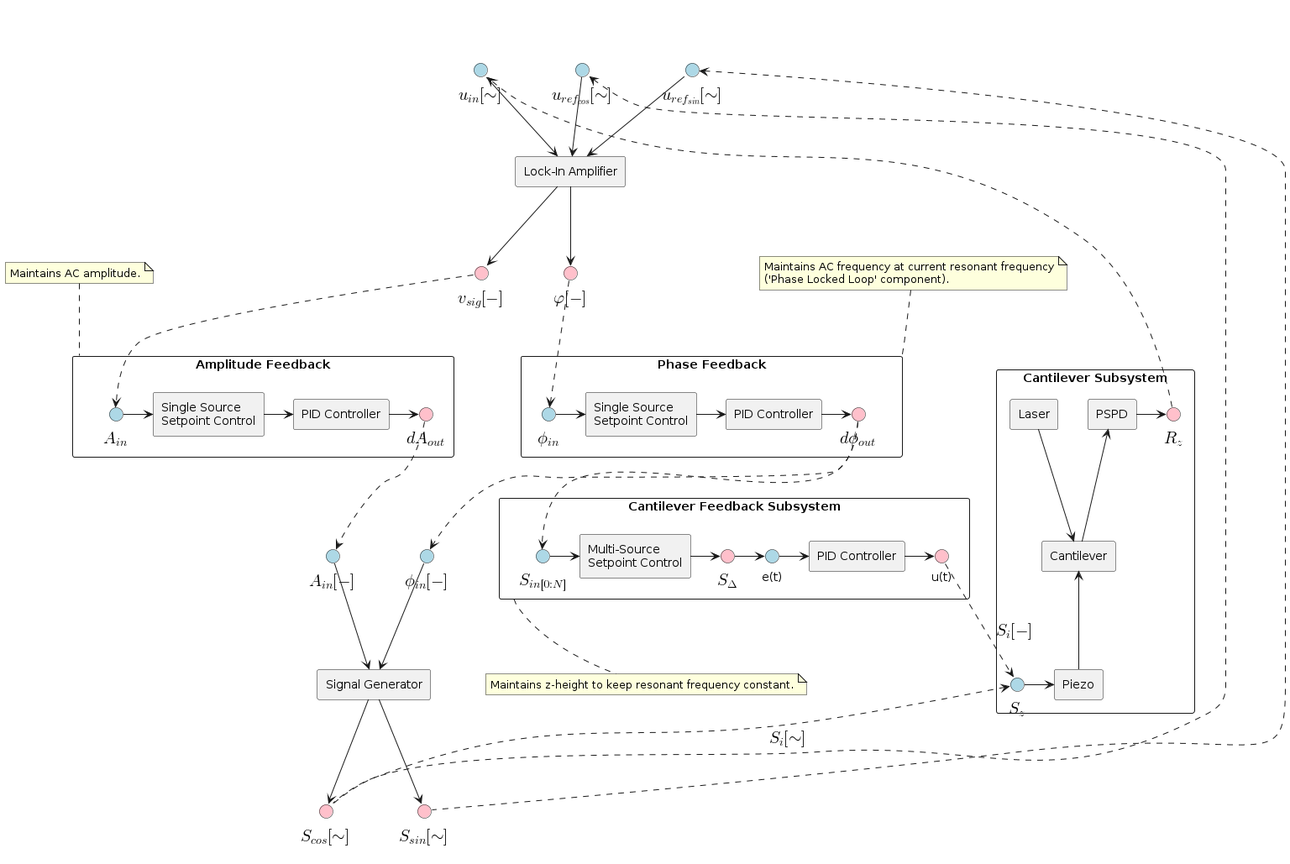
This is afm_spm_components/images/fm-afm.png from nsulmol/documentation, a PlantUML export, as it was before one commit.
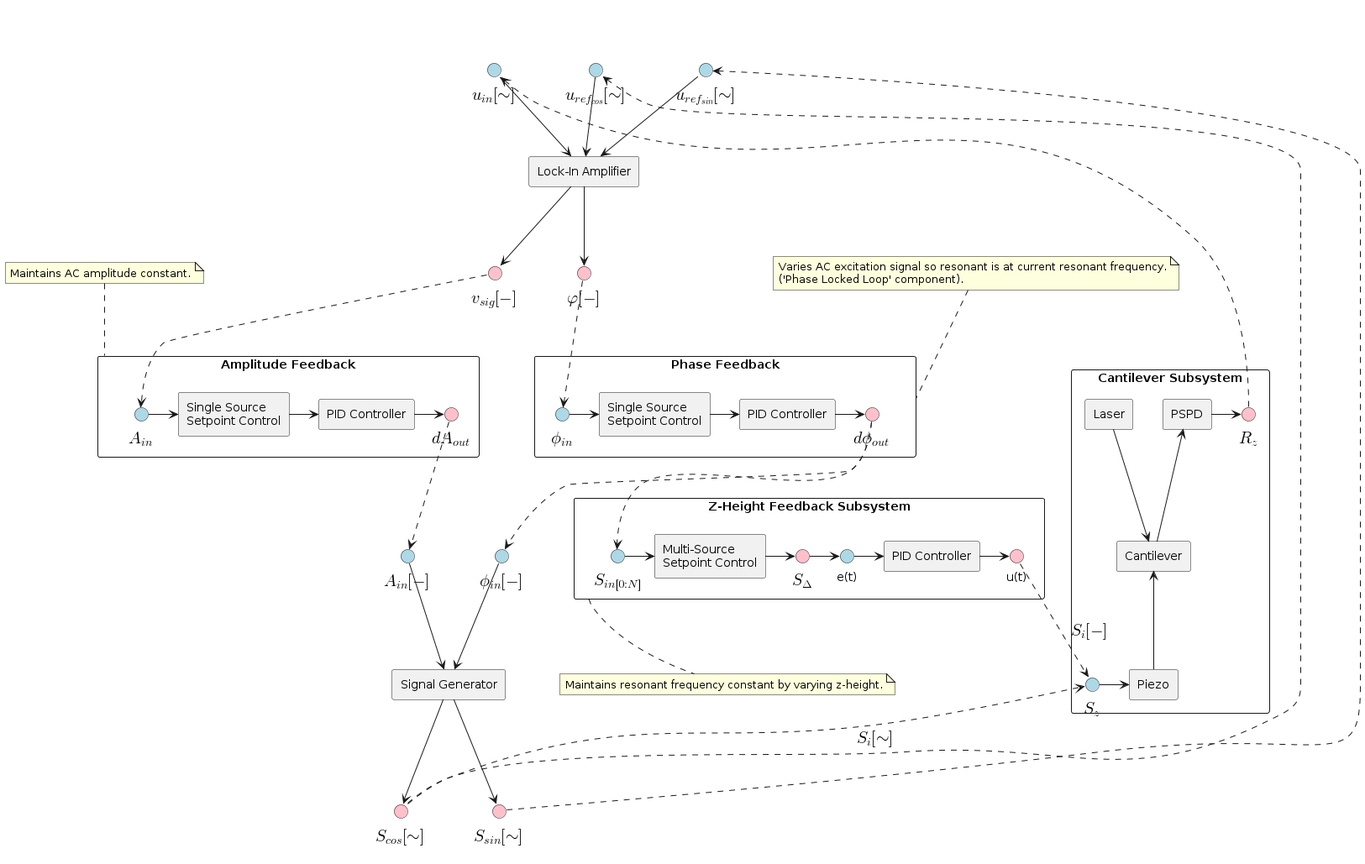
The same file after the commit.

The edit, as a diff of the source:
```diff
@@ -12,7 +12,7 @@
 
 !includesub afm_components.puml!feedback_subsystem
 note bottom of feedback_subsystem
-  Maintains z-height to keep resonant frequency constant.
+  Maintains resonant frequency constant by varying z-height.
 end note
 
 component "Amplitude Feedback" as amp_feedback {
@@ -26,7 +26,7 @@
   amp_pid -> amp_feedback_out
 }
 note top of amp_feedback
-  Maintains AC amplitude.
+  Maintains AC amplitude constant.
 end note
 
 component "Phase Feedback" as phase_feedback {
@@ -40,7 +40,7 @@
   phase_pid -> phase_feedback_out
 }
 note top of phase_feedback
-  Maintains AC frequency at current resonant frequency
+  Varies AC excitation signal so resonant is at current resonant frequency.
   ('Phase Locked Loop' component).
 end note
 
```
